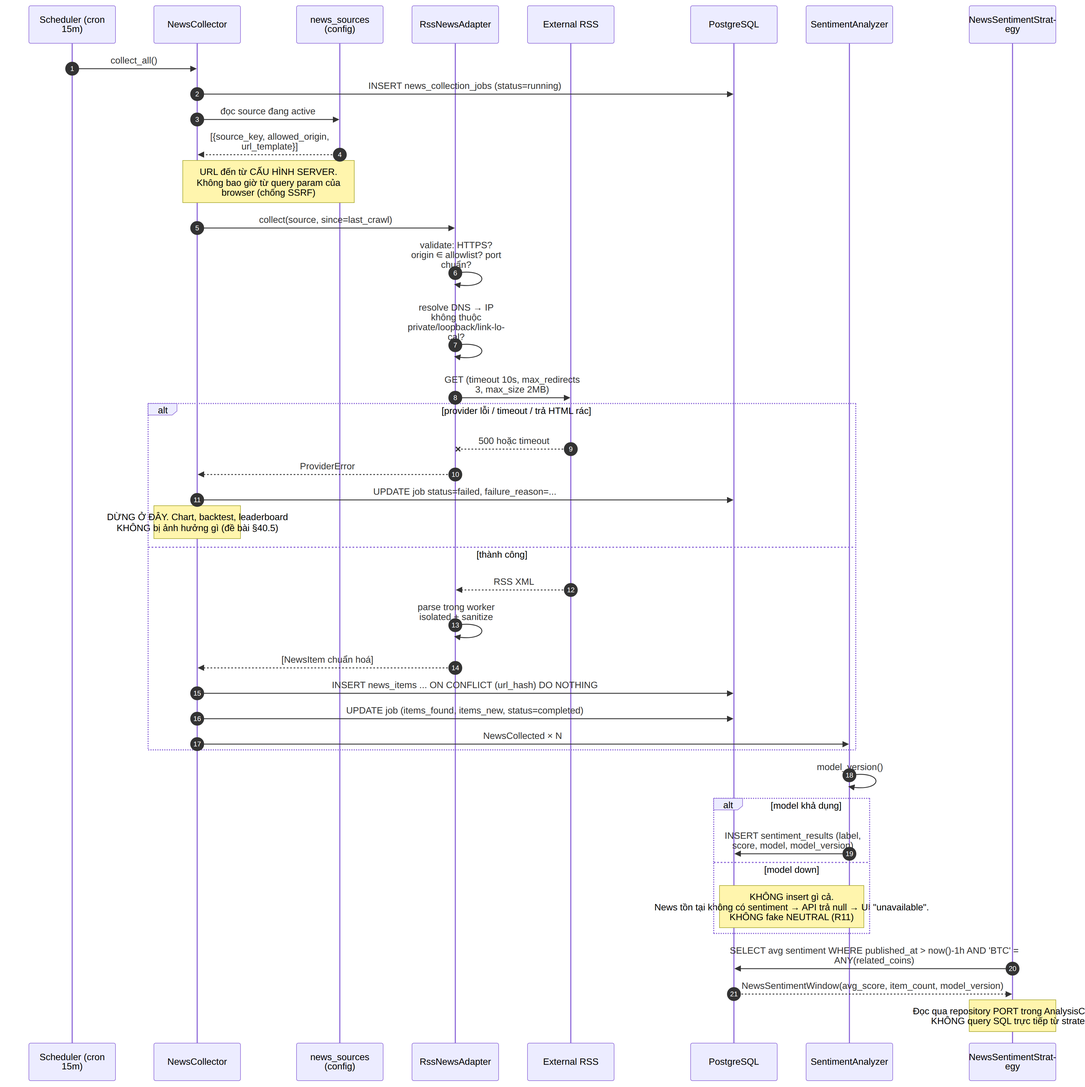
Above: blueprint/assets/diagrams-png/13-news-sentiment-flow.png in EnsoTech-Studio/CryptoBot (Mermaid), before the change. Its source is kept beside it as blueprint/assets/diagrams/13-news-sentiment-flow.mmd.
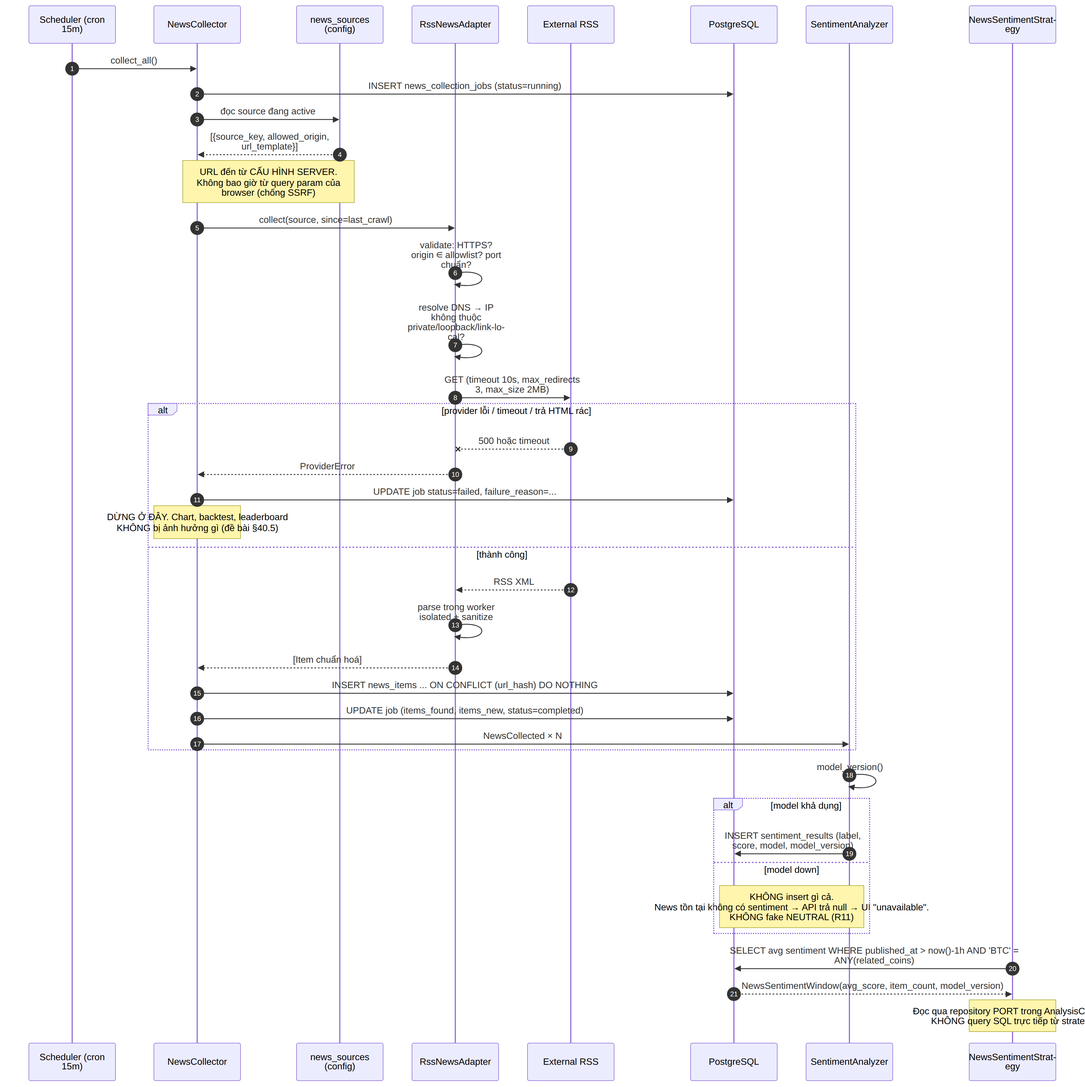
The same diagram one commit later.

Change to the diagram source:
```diff
@@ -28,7 +28,7 @@
     else thành công
         EXT-->>PRV: RSS XML
         PRV->>PRV: parse trong worker isolated + sanitize
-        PRV-->>NC: [NewsItem chuẩn hoá]
+        PRV-->>NC: [Item chuẩn hoá]
         NC->>DB: INSERT news_items ... ON CONFLICT (url_hash) DO NOTHING
         NC->>DB: UPDATE job (items_found, items_new, status=completed)
         NC->>SA: NewsCollected × N
```
